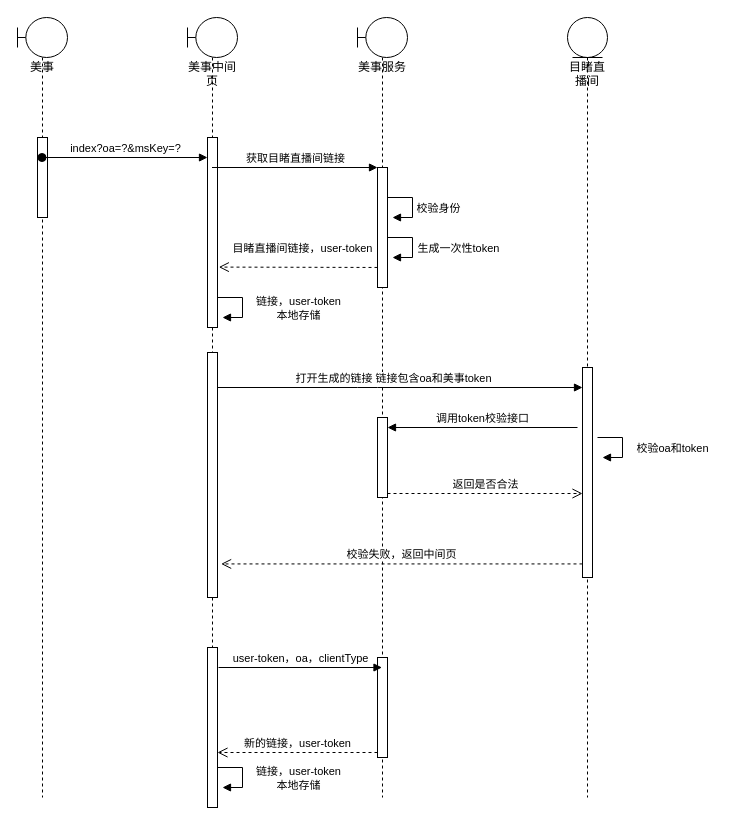
Above: page "Page-4" (4 of 4) of anquan.drawio in nullbull/uml (draw.io), before the change. Source tidied: cells renumbered, new cells numbered last; positions are measured from the earlier drawing's top-left corner, leaving out a move shared by most shapes. Both pictures are drawn from the tidied source at 100%, with x=0, y=0 at pixel (17, 17).
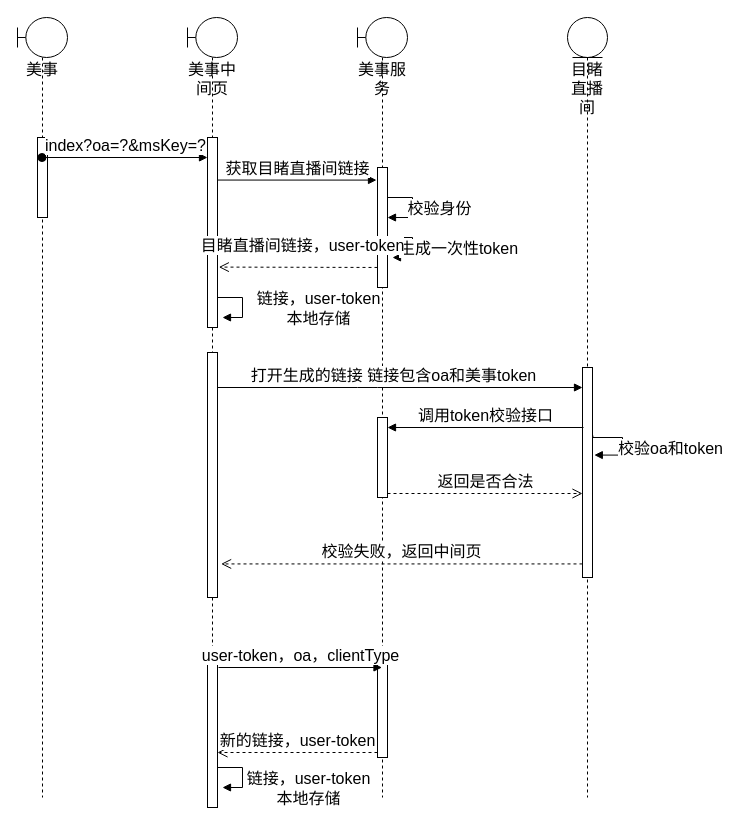
The same page after the edit.

The edit, as a diff of the source:
```diff
@@
-    <mxCell id="2" value="美事" style="shape=umlLifeline;participant=umlBoundary;perimeter=lifelinePerimeter;whiteSpace=wrap;html=1;verticalAlign=top;spacingTop=36;outlineConnect=0;" parent="1" vertex="1">
+    <mxCell id="2" value="美事" style="shape=umlLifeline;participant=umlBoundary;perimeter=lifelinePerimeter;whiteSpace=wrap;html=1;verticalAlign=top;spacingTop=36;outlineConnect=0;fontSize=16;" parent="1" vertex="1">
       <mxGeometry width="50" height="780" as="geometry" />
     </mxCell>
-    <mxCell id="3" style="html=1;perimeter=orthogonalPerimeter;" parent="2" vertex="1">
+    <mxCell id="3" style="html=1;perimeter=orthogonalPerimeter;fontSize=16;" parent="2" vertex="1">
       <mxGeometry x="20" y="120" width="10" height="80" as="geometry" />
     </mxCell>
-    <mxCell id="4" value="美事中间页" style="shape=umlLifeline;participant=umlBoundary;perimeter=lifelinePerimeter;whiteSpace=wrap;html=1;verticalAlign=top;spacingTop=36;outlineConnect=0;" parent="1" vertex="1">
+    <mxCell id="4" value="美事中间页" style="shape=umlLifeline;participant=umlBoundary;perimeter=lifelinePerimeter;whiteSpace=wrap;html=1;verticalAlign=top;spacingTop=36;outlineConnect=0;fontSize=16;" parent="1" vertex="1">
       <mxGeometry x="170" width="50" height="790" as="geometry" />
     </mxCell>
-    <mxCell id="5" style="html=1;points=[];perimeter=orthogonalPerimeter;" parent="4" vertex="1">
+    <mxCell id="5" style="html=1;points=[];perimeter=orthogonalPerimeter;fontSize=16;" parent="4" vertex="1">
       <mxGeometry x="20" y="120" width="10" height="190" as="geometry" />
     </mxCell>
-    <mxCell id="6" style="html=1;points=[];perimeter=orthogonalPerimeter;" parent="4" vertex="1">
+    <mxCell id="6" style="html=1;points=[];perimeter=orthogonalPerimeter;fontSize=16;" parent="4" vertex="1">
       <mxGeometry x="20" y="335" width="10" height="245" as="geometry" />
     </mxCell>
-    <mxCell id="7" style="html=1;points=[];perimeter=orthogonalPerimeter;" parent="4" vertex="1">
+    <mxCell id="7" style="html=1;points=[];perimeter=orthogonalPerimeter;fontSize=16;" parent="4" vertex="1">
       <mxGeometry x="20" y="630" width="10" height="160" as="geometry" />
     </mxCell>
-    <mxCell id="8" value="index?oa=?&amp;amp;msKey=?" style="html=1;verticalAlign=bottom;startArrow=oval;endArrow=block;startSize=8;" parent="1" edge="1" source="2">
+    <mxCell id="8" value="index?oa=?&amp;amp;msKey=?" style="html=1;verticalAlign=bottom;startArrow=oval;endArrow=block;startSize=8;fontSize=16;" parent="1" edge="1" source="2">
       <mxGeometry relative="1" as="geometry">
         <mxPoint x="190" y="140" as="targetPoint" />
       </mxGeometry>
     </mxCell>
-    <mxCell id="9" value="美事服务" style="shape=umlLifeline;participant=umlBoundary;perimeter=lifelinePerimeter;whiteSpace=wrap;html=1;verticalAlign=top;spacingTop=36;outlineConnect=0;" parent="1" vertex="1">
+    <mxCell id="9" value="美事服务" style="shape=umlLifeline;participant=umlBoundary;perimeter=lifelinePerimeter;whiteSpace=wrap;html=1;verticalAlign=top;spacingTop=36;outlineConnect=0;fontSize=16;" parent="1" vertex="1">
       <mxGeometry x="340" width="50" height="780" as="geometry" />
     </mxCell>
-    <mxCell id="10" style="html=1;points=[];perimeter=orthogonalPerimeter;" parent="9" vertex="1">
+    <mxCell id="10" style="html=1;points=[];perimeter=orthogonalPerimeter;fontSize=16;" parent="9" vertex="1">
       <mxGeometry x="20" y="150" width="10" height="120" as="geometry" />
     </mxCell>
-    <mxCell id="11" style="html=1;perimeter=orthogonalPerimeter;" parent="9" vertex="1">
+    <mxCell id="11" style="html=1;perimeter=orthogonalPerimeter;fontSize=16;" parent="9" vertex="1">
       <mxGeometry x="20" y="400" width="10" height="80" as="geometry" />
     </mxCell>
-    <mxCell id="12" style="html=1;points=[];perimeter=orthogonalPerimeter;" parent="9" vertex="1">
+    <mxCell id="12" style="html=1;points=[];perimeter=orthogonalPerimeter;fontSize=16;" parent="9" vertex="1">
       <mxGeometry x="20" y="640" width="10" height="100" as="geometry" />
     </mxCell>
-    <mxCell id="13" value="&lt;span&gt;目睹直播间&lt;/span&gt;" style="shape=umlLifeline;participant=umlEntity;perimeter=lifelinePerimeter;whiteSpace=wrap;html=1;verticalAlign=top;spacingTop=36;" parent="1" vertex="1">
+    <mxCell id="13" value="&lt;span style=&quot;font-size: 16px;&quot;&gt;目睹直播间&lt;/span&gt;" style="shape=umlLifeline;participant=umlEntity;perimeter=lifelinePerimeter;whiteSpace=wrap;html=1;verticalAlign=top;spacingTop=36;fontSize=16;" parent="1" vertex="1">
       <mxGeometry x="550" width="40" height="780" as="geometry" />
     </mxCell>
-    <mxCell id="14" style="html=1;points=[];perimeter=orthogonalPerimeter;" parent="13" vertex="1">
+    <mxCell id="14" style="html=1;points=[];perimeter=orthogonalPerimeter;fontSize=16;" parent="13" vertex="1">
       <mxGeometry x="15" y="350" width="10" height="210" as="geometry" />
     </mxCell>
+    <mxCell id="26" style="edgeStyle=orthogonalEdgeStyle;html=1;align=left;spacingLeft=2;endArrow=block;rounded=0;exitX=1.038;exitY=0.324;exitDx=0;exitDy=0;exitPerimeter=0;entryX=1.181;entryY=0.417;entryDx=0;entryDy=0;entryPerimeter=0;fontSize=16;" parent="13" edge="1" source="14" target="14">
+      <mxGeometry relative="1" as="geometry">
+        <Array as="points">
+          <mxPoint x="25" y="420" />
+          <mxPoint x="55" y="420" />
+          <mxPoint x="55" y="438" />
+          <mxPoint x="27" y="438" />
+        </Array>
+      </mxGeometry>
+    </mxCell>
+    <mxCell id="27" value="校验oa和token" style="edgeLabel;html=1;align=center;verticalAlign=middle;fontSize=16;" parent="26" vertex="1">
+      <mxGeometry x="-0.33" y="4" relative="1" as="geometry">
+        <mxPoint x="52.9" y="14" as="offset" />
+      </mxGeometry>
+    </mxCell>
-    <mxCell id="15" value="获取目睹直播间链接" style="html=1;verticalAlign=bottom;endArrow=block;entryX=0;entryY=0;" parent="1" edge="1" source="4" target="10">
+    <mxCell id="15" value="获取目睹直播间链接" style="html=1;verticalAlign=bottom;endArrow=block;entryX=-0.1;entryY=0.105;entryDx=0;entryDy=0;entryPerimeter=0;exitX=1;exitY=0.224;exitDx=0;exitDy=0;exitPerimeter=0;fontSize=16;" parent="1" edge="1" source="5" target="10">
       <mxGeometry relative="1" as="geometry" />
     </mxCell>
-    <mxCell id="16" style="edgeStyle=orthogonalEdgeStyle;html=1;align=left;spacingLeft=2;endArrow=block;rounded=0;entryX=1;entryY=0;" parent="1" edge="1">
+    <mxCell id="16" style="edgeStyle=orthogonalEdgeStyle;html=1;align=left;spacingLeft=2;endArrow=block;rounded=0;entryX=1;entryY=0.417;entryDx=0;entryDy=0;entryPerimeter=0;fontSize=16;" parent="1" edge="1" target="10">
       <mxGeometry relative="1" as="geometry">
         <mxPoint x="370" y="180" as="sourcePoint" />
-        <mxPoint x="375" y="200" as="targetPoint" />
         <Array as="points">
           <mxPoint x="395" y="180" />
           <mxPoint x="395" y="200" />
         </Array>
       </mxGeometry>
     </mxCell>
-    <mxCell id="17" value="校验身份" style="edgeLabel;html=1;align=center;verticalAlign=middle;" parent="16" vertex="1">
+    <mxCell id="17" value="校验身份" style="edgeLabel;html=1;align=center;verticalAlign=middle;fontSize=16;" parent="16" vertex="1">
       <mxGeometry x="-0.33" y="4" relative="1" as="geometry">
         <mxPoint x="28" y="14" as="offset" />
       </mxGeometry>
     </mxCell>
-    <mxCell id="18" style="edgeStyle=orthogonalEdgeStyle;html=1;align=left;spacingLeft=2;endArrow=block;rounded=0;entryX=1;entryY=0;" parent="1" edge="1">
+    <mxCell id="18" style="edgeStyle=orthogonalEdgeStyle;html=1;align=left;spacingLeft=2;endArrow=block;rounded=0;entryX=1;entryY=0;fontSize=16;" parent="1" edge="1">
       <mxGeometry relative="1" as="geometry">
         <mxPoint x="370" y="220" as="sourcePoint" />
         <mxPoint x="375" y="240" as="targetPoint" />
         <Array as="points">
           <mxPoint x="395" y="220" />
           <mxPoint x="395" y="240" />
         </Array>
       </mxGeometry>
     </mxCell>
-    <mxCell id="19" value="生成一次性token" style="edgeLabel;html=1;align=center;verticalAlign=middle;" parent="18" vertex="1">
+    <mxCell id="19" value="生成一次性token" style="edgeLabel;html=1;align=center;verticalAlign=middle;fontSize=16;" parent="18" vertex="1">
       <mxGeometry x="-0.33" y="4" relative="1" as="geometry">
         <mxPoint x="48" y="14" as="offset" />
       </mxGeometry>
     </mxCell>
-    <mxCell id="20" value="打开生成的链接 链接包含oa和美事token" style="html=1;verticalAlign=bottom;endArrow=block;" parent="1" edge="1" target="14">
+    <mxCell id="20" value="打开生成的链接 链接包含oa和美事token" style="html=1;verticalAlign=bottom;endArrow=block;fontSize=16;" parent="1" edge="1" target="14">
       <mxGeometry x="-0.04" relative="1" as="geometry">
         <mxPoint x="200" y="370" as="sourcePoint" />
         <Array as="points">
           <mxPoint x="350" y="370" />
         </Array>
         <mxPoint x="1" as="offset" />
       </mxGeometry>
     </mxCell>
-    <mxCell id="21" value="调用token校验接口" style="html=1;verticalAlign=bottom;endArrow=block;" parent="1" edge="1">
+    <mxCell id="21" value="调用token校验接口" style="html=1;verticalAlign=bottom;endArrow=block;fontSize=16;" parent="1" edge="1">
       <mxGeometry relative="1" as="geometry">
-        <mxPoint x="560" y="410" as="sourcePoint" />
+        <mxPoint x="566" y="410" as="sourcePoint" />
         <mxPoint x="370" y="410" as="targetPoint" />
       </mxGeometry>
     </mxCell>
-    <mxCell id="22" value="校验失败，返回中间页" style="html=1;verticalAlign=bottom;endArrow=open;dashed=1;endSize=8;entryX=1.36;entryY=0.863;entryDx=0;entryDy=0;entryPerimeter=0;" parent="1" edge="1" source="14" target="6">
+    <mxCell id="22" value="校验失败，返回中间页" style="html=1;verticalAlign=bottom;endArrow=open;dashed=1;endSize=8;entryX=1.36;entryY=0.863;entryDx=0;entryDy=0;entryPerimeter=0;fontSize=16;" parent="1" edge="1" source="14" target="6">
       <mxGeometry relative="1" as="geometry" />
     </mxCell>
-    <mxCell id="23" value="返回是否合法" style="html=1;verticalAlign=bottom;endArrow=open;dashed=1;endSize=8;" parent="1" edge="1" target="14">
+    <mxCell id="23" value="返回是否合法" style="html=1;verticalAlign=bottom;endArrow=open;dashed=1;endSize=8;fontSize=16;" parent="1" edge="1" target="14">
       <mxGeometry relative="1" as="geometry">
         <mxPoint x="370" y="476" as="sourcePoint" />
       </mxGeometry>
     </mxCell>
-    <mxCell id="24" value="user-token，oa，clientType" style="html=1;verticalAlign=bottom;endArrow=block;" parent="1" edge="1" target="9">
+    <mxCell id="24" value="user-token，oa，clientType" style="html=1;verticalAlign=bottom;endArrow=block;fontSize=16;" parent="1" edge="1" target="9">
       <mxGeometry relative="1" as="geometry">
         <mxPoint x="201" y="650" as="sourcePoint" />
       </mxGeometry>
     </mxCell>
-    <mxCell id="25" value="新的链接，user-token" style="html=1;verticalAlign=bottom;endArrow=open;dashed=1;endSize=8;exitX=0;exitY=0.95;" parent="1" edge="1" source="12" target="7">
+    <mxCell id="25" value="新的链接，user-token" style="html=1;verticalAlign=bottom;endArrow=open;dashed=1;endSize=8;exitX=0;exitY=0.95;fontSize=16;" parent="1" edge="1" source="12" target="7">
       <mxGeometry relative="1" as="geometry" />
     </mxCell>
-    <mxCell id="26" style="edgeStyle=orthogonalEdgeStyle;html=1;align=left;spacingLeft=2;endArrow=block;rounded=0;entryX=1;entryY=0;" parent="1" edge="1">
-      <mxGeometry relative="1" as="geometry">
-        <mxPoint x="580" y="420" as="sourcePoint" />
-        <mxPoint x="585" y="440" as="targetPoint" />
-        <Array as="points">
-          <mxPoint x="605" y="420" />
-          <mxPoint x="605" y="440" />
-        </Array>
-      </mxGeometry>
-    </mxCell>
-    <mxCell id="27" value="校验oa和token" style="edgeLabel;html=1;align=center;verticalAlign=middle;" parent="26" vertex="1">
-      <mxGeometry x="-0.33" y="4" relative="1" as="geometry">
-        <mxPoint x="52.9" y="14" as="offset" />
-      </mxGeometry>
-    </mxCell>
-    <mxCell id="28" style="edgeStyle=orthogonalEdgeStyle;html=1;align=left;spacingLeft=2;endArrow=block;rounded=0;entryX=1;entryY=0;" parent="1" edge="1">
+    <mxCell id="28" style="edgeStyle=orthogonalEdgeStyle;html=1;align=left;spacingLeft=2;endArrow=block;rounded=0;entryX=1;entryY=0;fontSize=16;" parent="1" edge="1">
       <mxGeometry relative="1" as="geometry">
         <mxPoint x="200" y="280" as="sourcePoint" />
         <mxPoint x="205" y="300" as="targetPoint" />
         <Array as="points">
           <mxPoint x="225" y="280" />
           <mxPoint x="225" y="300" />
         </Array>
       </mxGeometry>
     </mxCell>
-    <mxCell id="29" value="链接，user-token&lt;br&gt;本地存储" style="edgeLabel;html=1;align=center;verticalAlign=middle;" parent="28" vertex="1">
+    <mxCell id="29" value="链接，user-token&lt;br style=&quot;font-size: 16px;&quot;&gt;本地存储" style="edgeLabel;html=1;align=center;verticalAlign=middle;fontSize=16;" parent="28" vertex="1">
       <mxGeometry x="-0.33" y="4" relative="1" as="geometry">
-        <mxPoint x="58" y="14" as="offset" />
+        <mxPoint x="78" y="14" as="offset" />
       </mxGeometry>
     </mxCell>
-    <mxCell id="30" value="目睹直播间链接，user-token" style="html=1;verticalAlign=bottom;endArrow=open;dashed=1;endSize=8;exitX=0;exitY=0.833;exitDx=0;exitDy=0;exitPerimeter=0;entryX=1.132;entryY=0.682;entryDx=0;entryDy=0;entryPerimeter=0;" parent="1" edge="1" source="10" target="5">
+    <mxCell id="30" value="目睹直播间链接，user-token" style="html=1;verticalAlign=bottom;endArrow=open;dashed=1;endSize=8;exitX=0;exitY=0.833;exitDx=0;exitDy=0;exitPerimeter=0;entryX=1.132;entryY=0.682;entryDx=0;entryDy=0;entryPerimeter=0;fontSize=16;" parent="1" edge="1" source="10" target="5">
       <mxGeometry x="-0.07" y="-10" relative="1" as="geometry">
         <mxPoint x="-1" as="offset" />
       </mxGeometry>
     </mxCell>
-    <mxCell id="31" style="edgeStyle=orthogonalEdgeStyle;html=1;align=left;spacingLeft=2;endArrow=block;rounded=0;entryX=1;entryY=0;" parent="1" edge="1">
+    <mxCell id="31" style="edgeStyle=orthogonalEdgeStyle;html=1;align=left;spacingLeft=2;endArrow=block;rounded=0;entryX=1;entryY=0;fontSize=16;" parent="1" edge="1">
       <mxGeometry relative="1" as="geometry">
         <mxPoint x="200" y="750" as="sourcePoint" />
         <mxPoint x="205" y="770" as="targetPoint" />
         <Array as="points">
           <mxPoint x="225" y="750" />
           <mxPoint x="225" y="770" />
         </Array>
       </mxGeometry>
     </mxCell>
-    <mxCell id="32" value="链接，user-token&lt;br&gt;本地存储" style="edgeLabel;html=1;align=center;verticalAlign=middle;" parent="31" vertex="1">
+    <mxCell id="32" value="链接，user-token&lt;br style=&quot;font-size: 16px;&quot;&gt;本地存储" style="edgeLabel;html=1;align=center;verticalAlign=middle;fontSize=16;" parent="31" vertex="1">
       <mxGeometry x="-0.33" y="4" relative="1" as="geometry">
-        <mxPoint x="58" y="14" as="offset" />
+        <mxPoint x="68" y="24" as="offset" />
       </mxGeometry>
     </mxCell>
```
